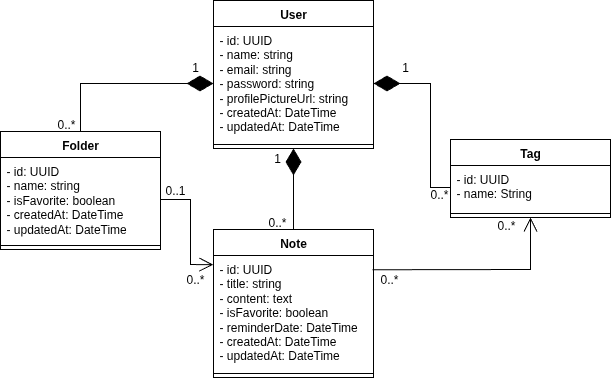
This is docs/assets/class_diagram_estrato.png from estrato-notes/estrato-docs, a draw.io export, as it was before one commit. Source tidied: cells renumbered, new cells last; positions are measured from the earlier drawing's top-left corner, leaving out a move shared by most shapes.
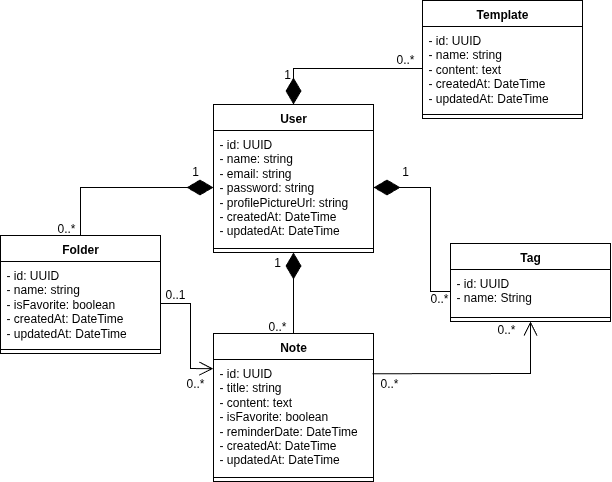
Above is the later version.

Diff of the diagram source:
```diff
@@ -101,5 +101,27 @@
     <mxCell id="28" value="0..*" style="text;html=1;align=center;verticalAlign=middle;whiteSpace=wrap;rounded=0;" parent="1" vertex="1">
       <mxGeometry x="374" y="271" width="30" height="15" as="geometry" />
     </mxCell>
+    <mxCell id="29" value="Template" style="swimlane;fontStyle=1;align=center;verticalAlign=top;horizontal=1;startSize=26;whiteSpace=wrap;html=1;" parent="1" vertex="1">
+      <mxGeometry x="422" y="-104" width="160" height="118" as="geometry" />
+    </mxCell>
+    <mxCell id="30" value="- id: UUID&lt;div&gt;- name: string&lt;/div&gt;&lt;div&gt;- content: text&lt;/div&gt;&lt;div&gt;&lt;span style=&quot;background-color: transparent; color: light-dark(rgb(0, 0, 0), rgb(255, 255, 255));&quot;&gt;- createdAt: DateTime&lt;/span&gt;&lt;/div&gt;&lt;div&gt;- updatedAt: DateTime&lt;/div&gt;" style="text;strokeColor=none;fillColor=none;align=left;verticalAlign=top;spacingLeft=4;spacingRight=4;overflow=hidden;points=[[0,0.5],[1,0.5]];portConstraint=eastwest;whiteSpace=wrap;html=1;" parent="29" vertex="1">
+      <mxGeometry y="26" width="160" height="84" as="geometry" />
+    </mxCell>
+    <mxCell id="31" style="line;strokeWidth=1;fillColor=none;align=left;verticalAlign=middle;spacingTop=-1;spacingLeft=3;spacingRight=3;labelPosition=right;strokeColor=inherit;" parent="29" vertex="1">
+      <mxGeometry y="110" width="160" height="8" as="geometry" />
+    </mxCell>
+    <mxCell id="32" style="endArrow=diamondThin;endFill=1;endSize=24;html=1;rounded=0;entryX=0.5;entryY=0;entryDx=0;entryDy=0;exitX=0;exitY=0.5;exitDx=0;exitDy=0;" parent="1" edge="1" source="30" target="2">
+      <mxGeometry relative="1" as="geometry">
+        <Array as="points">
+          <mxPoint x="293" y="-36" />
+        </Array>
+      </mxGeometry>
+    </mxCell>
+    <mxCell id="33" value="1" style="text;html=1;align=center;verticalAlign=middle;whiteSpace=wrap;rounded=0;" parent="1" vertex="1">
+      <mxGeometry x="272" y="-38" width="30" height="15" as="geometry" />
+    </mxCell>
+    <mxCell id="34" value="0..*" style="text;html=1;align=center;verticalAlign=middle;whiteSpace=wrap;rounded=0;" parent="1" vertex="1">
+      <mxGeometry x="390" y="-52.5" width="30" height="15" as="geometry" />
+    </mxCell>
   </root>
 </mxGraphModel>
```
